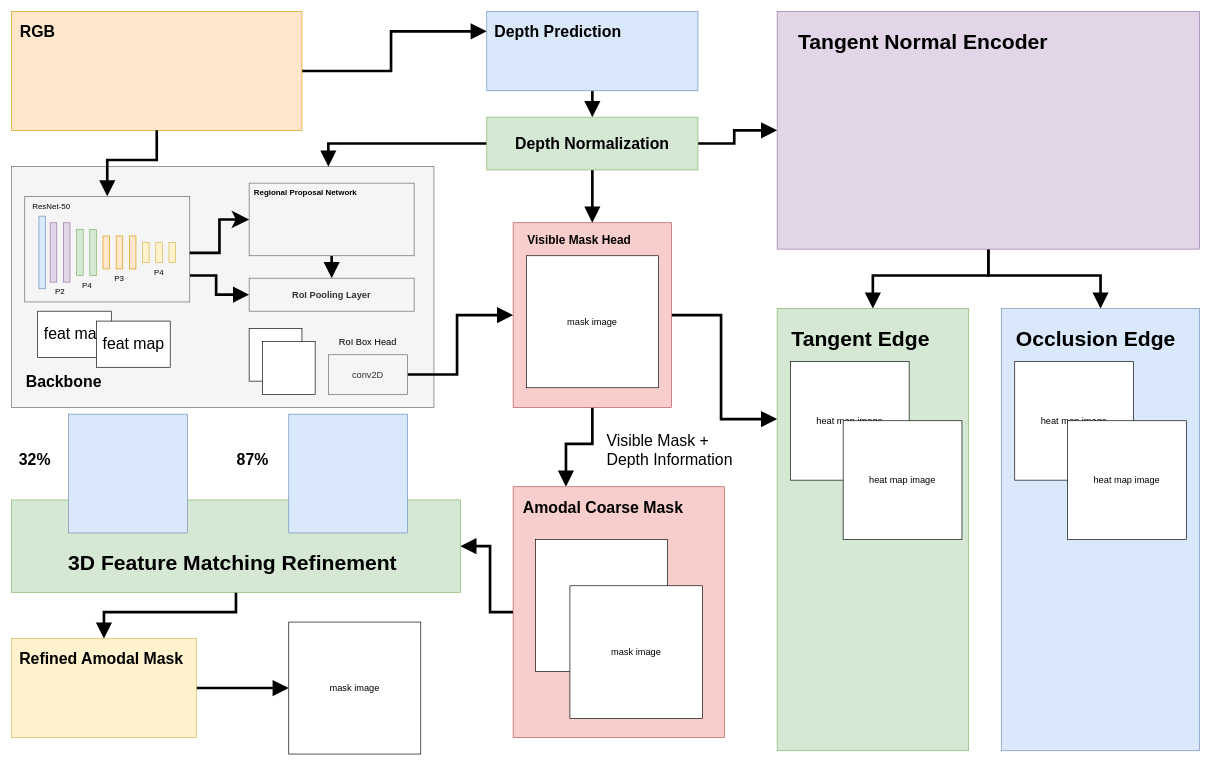
Above: results/pipeline.drawio in JingchengYang4/DAIS (draw.io), before the change. Source tidied: cells renumbered, new cells numbered last; positions are measured from the earlier drawing's top-left corner, leaving out a move shared by most shapes. Both pictures are drawn from the tidied source at 66%, with x=0, y=0 at pixel (11, 11).
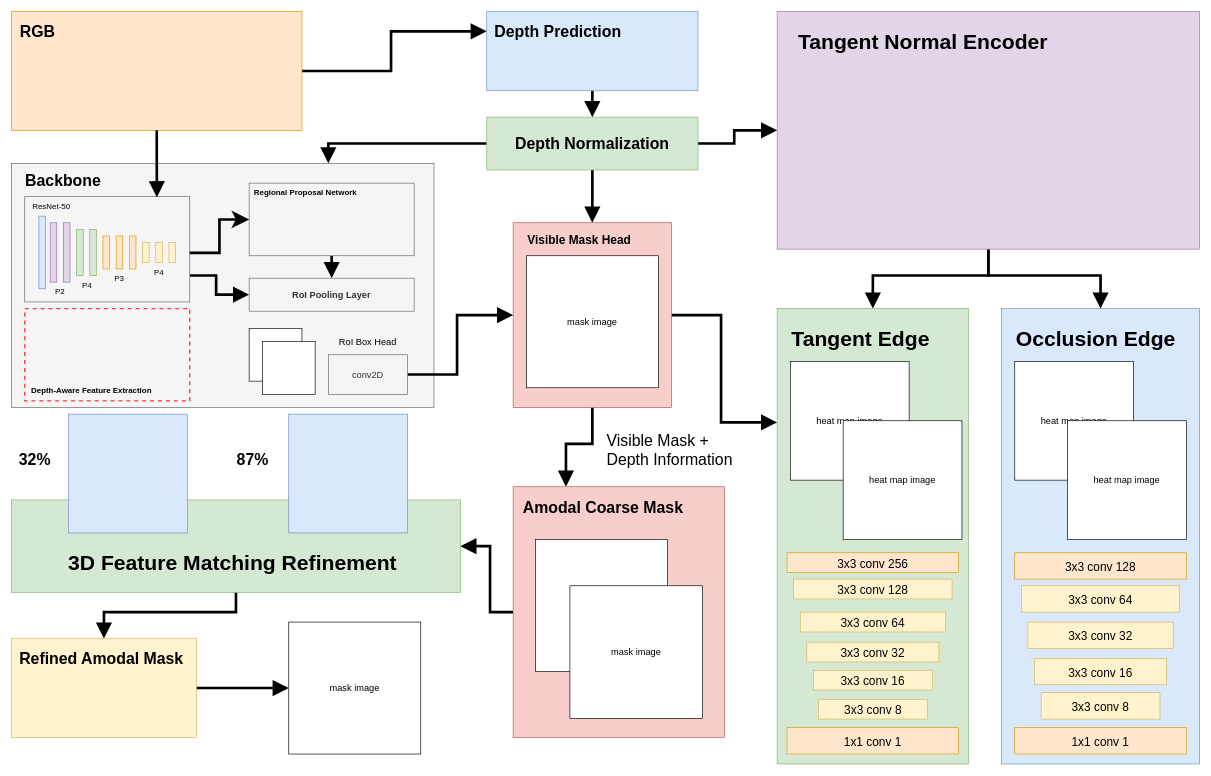
After the change.

Unchanged cells that the change refers to:
```xml
<mxCell id="3" style="rounded=0;whiteSpace=wrap;html=1;fillColor=#ffe6cc;strokeColor=#d79b00;" parent="1" vertex="1">
  <mxGeometry width="440" height="180" as="geometry" />
</mxCell>
<mxCell id="31" style="rounded=0;whiteSpace=wrap;html=1;fillColor=#f5f5f5;strokeColor=#666666;fontColor=#333333;align=left;" parent="1" vertex="1">
  <mxGeometry x="20" y="280" width="250" height="160" as="geometry" />
</mxCell>
```

Diff of the diagram source:
```diff
@@
     <mxCell id="6" style="rounded=0;whiteSpace=wrap;html=1;fillColor=#f5f5f5;strokeColor=#666666;fontColor=#333333;" parent="1" vertex="1">
-      <mxGeometry y="235" width="640" height="365" as="geometry" />
+      <mxGeometry y="230" width="640" height="370" as="geometry" />
     </mxCell>
     <mxCell id="7" value="&lt;b&gt;&lt;font style=&quot;font-size: 24px;&quot;&gt;Backbone&lt;/font&gt;&lt;/b&gt;" style="text;html=1;align=left;verticalAlign=top;strokeColor=none;fillColor=none;fontSize=24;" parent="1" vertex="1">
-      <mxGeometry x="20" y="540" width="140" height="40" as="geometry" />
+      <mxGeometry x="18.5" y="236" width="140" height="40" as="geometry" />
     </mxCell>
@@
     <mxCell id="12" style="rounded=0;whiteSpace=wrap;html=1;fontSize=24;fillColor=#dae8fc;strokeColor=#6c8ebf;" parent="1" vertex="1">
-      <mxGeometry x="1500" y="450" width="300" height="670" as="geometry" />
+      <mxGeometry x="1500" y="450" width="300" height="690" as="geometry" />
     </mxCell>
@@
-    <mxCell id="58" style="edgeStyle=orthogonalEdgeStyle;rounded=0;jumpSize=6;jettySize=auto;html=1;entryX=0.5;entryY=0;entryDx=0;entryDy=0;strokeColor=default;strokeWidth=4;fontSize=14;endArrow=block;endFill=1;startSize=4;endSize=14;targetPerimeterSpacing=4;elbow=vertical;" parent="1" edge="1" source="3" target="31">
+    <mxCell id="58" style="edgeStyle=orthogonalEdgeStyle;rounded=0;jumpSize=6;jettySize=auto;html=1;entryX=0.801;entryY=0.009;entryDx=0;entryDy=0;strokeColor=default;strokeWidth=4;fontSize=14;endArrow=block;endFill=1;startSize=4;endSize=14;targetPerimeterSpacing=4;elbow=vertical;entryPerimeter=0;" parent="1" edge="1" source="3" target="31">
       <mxGeometry relative="1" as="geometry" />
     </mxCell>
-    <mxCell id="59" value="feat map" style="rounded=0;whiteSpace=wrap;html=1;fontSize=24;" parent="1" vertex="1">
-      <mxGeometry x="39.6" y="454" width="111.5" height="70" as="geometry" />
-    </mxCell>
-    <mxCell id="60" value="feat map" style="rounded=0;whiteSpace=wrap;html=1;fontSize=24;" parent="1" vertex="1">
-      <mxGeometry x="128.9" y="469" width="111.5" height="70" as="geometry" />
-    </mxCell>
@@
     <mxCell id="71" style="rounded=0;whiteSpace=wrap;html=1;fontSize=24;fillColor=#d5e8d4;strokeColor=#82b366;" parent="1" vertex="1">
-      <mxGeometry x="1160" y="450" width="290" height="670" as="geometry" />
+      <mxGeometry x="1160" y="450" width="290" height="690" as="geometry" />
     </mxCell>
@@
+    <mxCell id="79" style="rounded=0;whiteSpace=wrap;html=1;fontSize=24;fillColor=none;strokeColor=#FF3333;dashed=1;strokeWidth=2;perimeterSpacing=4;" parent="1" vertex="1">
+      <mxGeometry x="20" y="450" width="250" height="140" as="geometry" />
+    </mxCell>
+    <mxCell id="80" value="&lt;font size=&quot;1&quot;&gt;&lt;b style=&quot;font-size: 12px;&quot;&gt;Depth-Aware Feature Extraction&lt;/b&gt;&lt;/font&gt;" style="text;html=1;align=left;verticalAlign=middle;strokeColor=none;fillColor=none;fontSize=24;" parent="1" vertex="1">
+      <mxGeometry x="27.5" y="551" width="210" height="40" as="geometry" />
+    </mxCell>
+    <mxCell id="81" value="&lt;font style=&quot;font-size: 18px;&quot;&gt;3x3 conv 128&lt;/font&gt;" style="rounded=0;whiteSpace=wrap;html=1;fontSize=24;fillColor=#ffe6cc;strokeColor=#d79b00;verticalAlign=middle;" parent="1" vertex="1">
+      <mxGeometry x="1520" y="820" width="260" height="40" as="geometry" />
+    </mxCell>
+    <mxCell id="82" value="&lt;font style=&quot;font-size: 18px;&quot;&gt;3x3&amp;nbsp;conv&amp;nbsp;64&lt;/font&gt;" style="rounded=0;whiteSpace=wrap;html=1;fontSize=24;fillColor=#fff2cc;strokeColor=#d6b656;verticalAlign=middle;" parent="1" vertex="1">
+      <mxGeometry x="1530" y="870" width="240" height="40" as="geometry" />
+    </mxCell>
+    <mxCell id="83" value="&lt;font style=&quot;font-size: 18px;&quot;&gt;3x3&amp;nbsp;conv&amp;nbsp;32&lt;/font&gt;" style="rounded=0;whiteSpace=wrap;html=1;fontSize=24;fillColor=#fff2cc;strokeColor=#d6b656;verticalAlign=middle;" parent="1" vertex="1">
+      <mxGeometry x="1540" y="925" width="220" height="40" as="geometry" />
+    </mxCell>
+    <mxCell id="84" value="&lt;font style=&quot;font-size: 18px;&quot;&gt;3x3&amp;nbsp;conv&amp;nbsp;16&lt;/font&gt;" style="rounded=0;whiteSpace=wrap;html=1;fontSize=24;fillColor=#fff2cc;strokeColor=#d6b656;verticalAlign=middle;" parent="1" vertex="1">
+      <mxGeometry x="1550" y="980" width="200" height="40" as="geometry" />
+    </mxCell>
+    <mxCell id="85" value="&lt;font style=&quot;font-size: 18px;&quot;&gt;1x1&amp;nbsp;conv&amp;nbsp;1&lt;/font&gt;" style="rounded=0;whiteSpace=wrap;html=1;fontSize=24;fillColor=#ffe6cc;strokeColor=#d79b00;verticalAlign=middle;" parent="1" vertex="1">
+      <mxGeometry x="1520" y="1085" width="260" height="40" as="geometry" />
+    </mxCell>
+    <mxCell id="86" value="&lt;font style=&quot;font-size: 18px;&quot;&gt;3x3&amp;nbsp;conv&amp;nbsp;8&lt;/font&gt;" style="rounded=0;whiteSpace=wrap;html=1;fontSize=24;fillColor=#fff2cc;strokeColor=#d6b656;verticalAlign=middle;" parent="1" vertex="1">
+      <mxGeometry x="1560" y="1032" width="180" height="40" as="geometry" />
+    </mxCell>
+    <mxCell id="87" value="&lt;font style=&quot;font-size: 18px;&quot;&gt;3x3 conv 256&lt;/font&gt;" style="rounded=0;whiteSpace=wrap;html=1;fontSize=24;fillColor=#ffe6cc;strokeColor=#d79b00;verticalAlign=middle;" parent="1" vertex="1">
+      <mxGeometry x="1175" y="820" width="260" height="30" as="geometry" />
+    </mxCell>
+    <mxCell id="88" value="&lt;font style=&quot;font-size: 18px;&quot;&gt;3x3&amp;nbsp;conv 128&lt;/font&gt;" style="rounded=0;whiteSpace=wrap;html=1;fontSize=24;fillColor=#fff2cc;strokeColor=#d6b656;verticalAlign=middle;" parent="1" vertex="1">
+      <mxGeometry x="1185" y="860" width="240" height="30" as="geometry" />
+    </mxCell>
+    <mxCell id="89" value="&lt;font style=&quot;font-size: 18px;&quot;&gt;3x3&amp;nbsp;conv 64&lt;/font&gt;" style="rounded=0;whiteSpace=wrap;html=1;fontSize=24;fillColor=#fff2cc;strokeColor=#d6b656;verticalAlign=middle;" parent="1" vertex="1">
+      <mxGeometry x="1195" y="910" width="220" height="30" as="geometry" />
+    </mxCell>
+    <mxCell id="90" value="&lt;font style=&quot;font-size: 18px;&quot;&gt;3x3&amp;nbsp;conv 32&lt;/font&gt;" style="rounded=0;whiteSpace=wrap;html=1;fontSize=24;fillColor=#fff2cc;strokeColor=#d6b656;verticalAlign=middle;" parent="1" vertex="1">
+      <mxGeometry x="1205" y="955.5" width="200" height="30" as="geometry" />
+    </mxCell>
+    <mxCell id="91" value="&lt;font style=&quot;font-size: 18px;&quot;&gt;1x1&amp;nbsp;conv&amp;nbsp;1&lt;/font&gt;" style="rounded=0;whiteSpace=wrap;html=1;fontSize=24;fillColor=#ffe6cc;strokeColor=#d79b00;verticalAlign=middle;" parent="1" vertex="1">
+      <mxGeometry x="1175" y="1085" width="260" height="40" as="geometry" />
+    </mxCell>
+    <mxCell id="92" value="&lt;font style=&quot;font-size: 18px;&quot;&gt;3x3&amp;nbsp;conv 16&lt;/font&gt;" style="rounded=0;whiteSpace=wrap;html=1;fontSize=24;fillColor=#fff2cc;strokeColor=#d6b656;verticalAlign=middle;" parent="1" vertex="1">
+      <mxGeometry x="1215" y="998" width="180" height="30" as="geometry" />
+    </mxCell>
+    <mxCell id="93" value="&lt;font style=&quot;font-size: 18px;&quot;&gt;3x3&amp;nbsp;conv 8&lt;/font&gt;" style="rounded=0;whiteSpace=wrap;html=1;fontSize=24;fillColor=#fff2cc;strokeColor=#d6b656;verticalAlign=middle;" parent="1" vertex="1">
+      <mxGeometry x="1222.5" y="1042" width="165" height="30" as="geometry" />
+    </mxCell>
```
